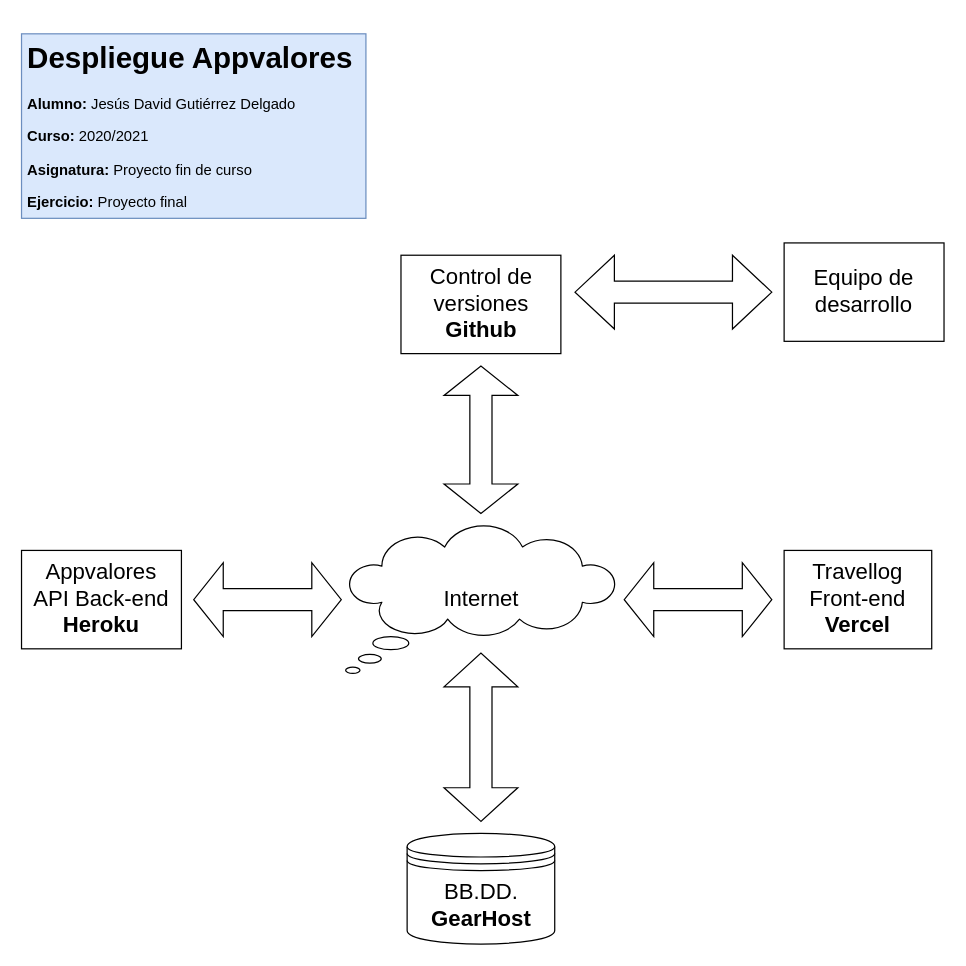
jesusdavidguti/ProyectoFinDeCurso keeps this draw.io diagram as Despliegue.drawio. Above is the earlier version. Source tidied: cells renumbered, new cells numbered last; positions are measured from the earlier drawing's top-left corner, leaving out a move shared by most shapes. Both pictures are drawn from the tidied source at 123%, with x=0, y=0 at pixel (21, 33).
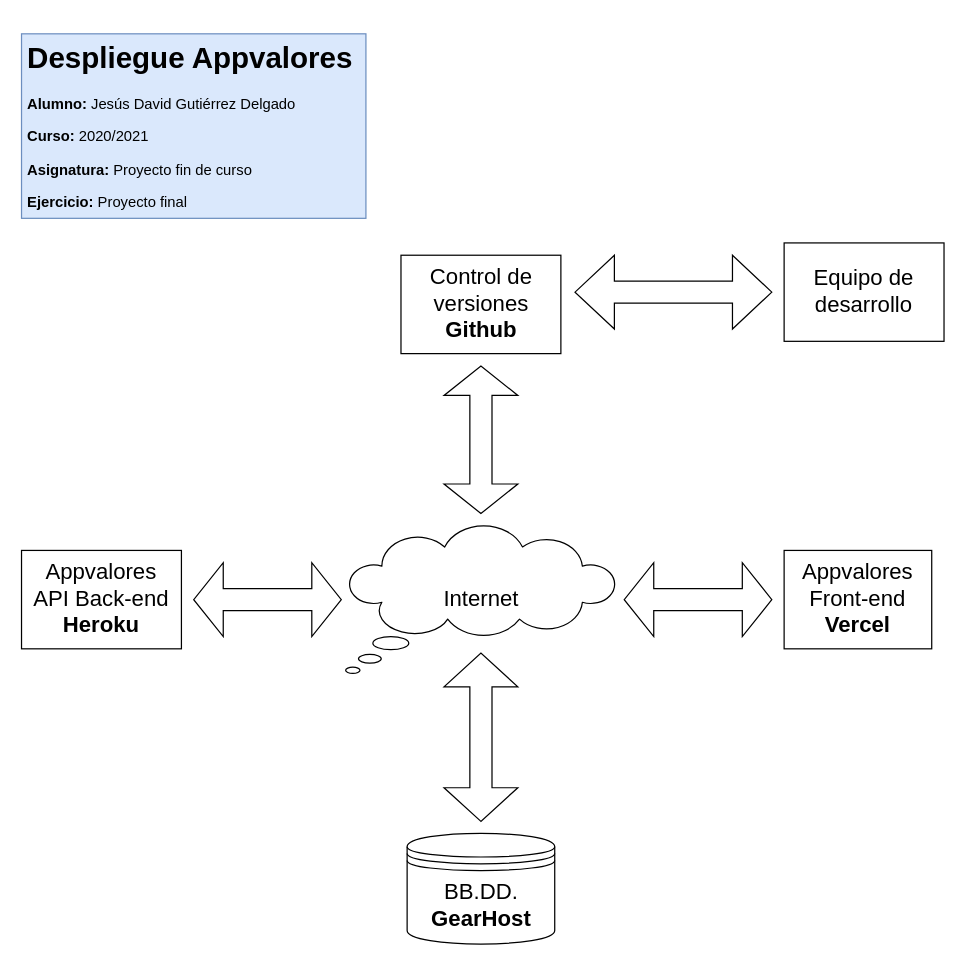
The same diagram, later.

Change to the diagram source:
```diff
@@
 <mxGraphModel>
   <root>
     <mxCell id="0" />
     <mxCell id="1" parent="0" />
     <mxCell id="2" value="&lt;h1&gt;Despliegue Appvalores&lt;/h1&gt;&lt;p&gt;&lt;b&gt;Alumno:&lt;/b&gt;&amp;nbsp;Jesús David Gutiérrez Delgado&lt;/p&gt;&lt;p&gt;&lt;b&gt;Curso:&amp;nbsp;&lt;/b&gt;2020/2021&lt;/p&gt;&lt;p&gt;&lt;b&gt;Asignatura:&lt;/b&gt;&amp;nbsp;Proyecto fin de curso&lt;/p&gt;&lt;p&gt;&lt;b&gt;Ejercicio:&lt;/b&gt;&amp;nbsp;Proyecto final&lt;br&gt;&lt;br&gt;&lt;/p&gt;" style="text;html=1;strokeColor=#6c8ebf;fillColor=#dae8fc;spacing=5;spacingTop=-20;whiteSpace=wrap;overflow=hidden;rounded=0;" parent="1" vertex="1">
       <mxGeometry width="280" height="150" as="geometry" />
     </mxCell>
     <mxCell id="3" value="&lt;font style=&quot;font-size: 18px&quot;&gt;Internet&lt;/font&gt;" style="whiteSpace=wrap;html=1;shape=mxgraph.basic.cloud_callout;" parent="1" vertex="1">
       <mxGeometry x="263.5" y="400" width="220" height="120" as="geometry" />
     </mxCell>
     <mxCell id="4" value="&lt;font style=&quot;font-size: 18px&quot;&gt;BB.DD.&lt;br&gt;&lt;b&gt;GearHost&lt;/b&gt;&lt;/font&gt;" style="shape=datastore;whiteSpace=wrap;html=1;" parent="1" vertex="1">
       <mxGeometry x="313.5" y="650" width="120" height="90" as="geometry" />
     </mxCell>
     <mxCell id="5" value="&lt;font style=&quot;font-size: 18px&quot;&gt;Appvalores&lt;br&gt;API Back-end&lt;br&gt;&lt;b&gt;Heroku&lt;/b&gt;&lt;/font&gt;" style="whiteSpace=wrap;html=1;align=center;newEdgeStyle={&quot;edgeStyle&quot;:&quot;elbowEdgeStyle&quot;,&quot;startArrow&quot;:&quot;none&quot;,&quot;endArrow&quot;:&quot;none&quot;};" parent="1" vertex="1">
       <mxGeometry y="420" width="130" height="80" as="geometry" />
     </mxCell>
     <mxCell id="6" style="shape=doubleArrow;direction=south;whiteSpace=wrap;html=1;rotation=90;" parent="1" vertex="1">
       <mxGeometry x="170" y="400" width="60" height="120" as="geometry" />
     </mxCell>
     <mxCell id="7" style="shape=doubleArrow;whiteSpace=wrap;html=1;rotation=-90;" parent="1" vertex="1">
       <mxGeometry x="305.1" y="541.9" width="136.8" height="60" as="geometry" />
     </mxCell>
     <mxCell id="8" style="shape=doubleArrow;direction=south;whiteSpace=wrap;html=1;rotation=90;" parent="1" vertex="1">
       <mxGeometry x="520" y="400" width="60" height="120" as="geometry" />
     </mxCell>
-    <mxCell id="9" value="&lt;font style=&quot;font-size: 18px&quot;&gt;Travellog&lt;br&gt;Front-end&lt;br&gt;&lt;b&gt;Vercel&lt;/b&gt;&lt;br&gt;&lt;/font&gt;" style="whiteSpace=wrap;html=1;align=center;newEdgeStyle={&quot;edgeStyle&quot;:&quot;elbowEdgeStyle&quot;,&quot;startArrow&quot;:&quot;none&quot;,&quot;endArrow&quot;:&quot;none&quot;};" parent="1" vertex="1">
+    <mxCell id="9" value="&lt;font style=&quot;font-size: 18px&quot;&gt;Appvalores&lt;br&gt;Front-end&lt;br&gt;&lt;b&gt;Vercel&lt;/b&gt;&lt;br&gt;&lt;/font&gt;" style="whiteSpace=wrap;html=1;align=center;newEdgeStyle={&quot;edgeStyle&quot;:&quot;elbowEdgeStyle&quot;,&quot;startArrow&quot;:&quot;none&quot;,&quot;endArrow&quot;:&quot;none&quot;};" parent="1" vertex="1">
       <mxGeometry x="620" y="420" width="120" height="80" as="geometry" />
     </mxCell>
     <mxCell id="10" style="shape=doubleArrow;direction=south;whiteSpace=wrap;html=1;rotation=-180;" parent="1" vertex="1">
       <mxGeometry x="343.5" y="270" width="60" height="120" as="geometry" />
     </mxCell>
     <mxCell id="11" value="&lt;span style=&quot;font-size: 18px&quot;&gt;Control de versiones&lt;br&gt;&lt;/span&gt;&lt;font style=&quot;font-size: 18px&quot;&gt;&lt;b&gt;Github&lt;/b&gt;&lt;/font&gt;" style="whiteSpace=wrap;html=1;align=center;newEdgeStyle={&quot;edgeStyle&quot;:&quot;elbowEdgeStyle&quot;,&quot;startArrow&quot;:&quot;none&quot;,&quot;endArrow&quot;:&quot;none&quot;};" parent="1" vertex="1">
       <mxGeometry x="308.5" y="180" width="130" height="80" as="geometry" />
     </mxCell>
     <mxCell id="12" style="shape=doubleArrow;direction=south;whiteSpace=wrap;html=1;rotation=90;" parent="1" vertex="1">
       <mxGeometry x="500" y="130" width="60" height="160" as="geometry" />
     </mxCell>
     <mxCell id="13" value="&lt;font style=&quot;font-size: 18px&quot;&gt;Equipo de desarrollo&lt;br&gt;&lt;/font&gt;" style="whiteSpace=wrap;html=1;align=center;newEdgeStyle={&quot;edgeStyle&quot;:&quot;elbowEdgeStyle&quot;,&quot;startArrow&quot;:&quot;none&quot;,&quot;endArrow&quot;:&quot;none&quot;};" parent="1" vertex="1">
       <mxGeometry x="620" y="170" width="130" height="80" as="geometry" />
     </mxCell>
   </root>
 </mxGraphModel>
```
